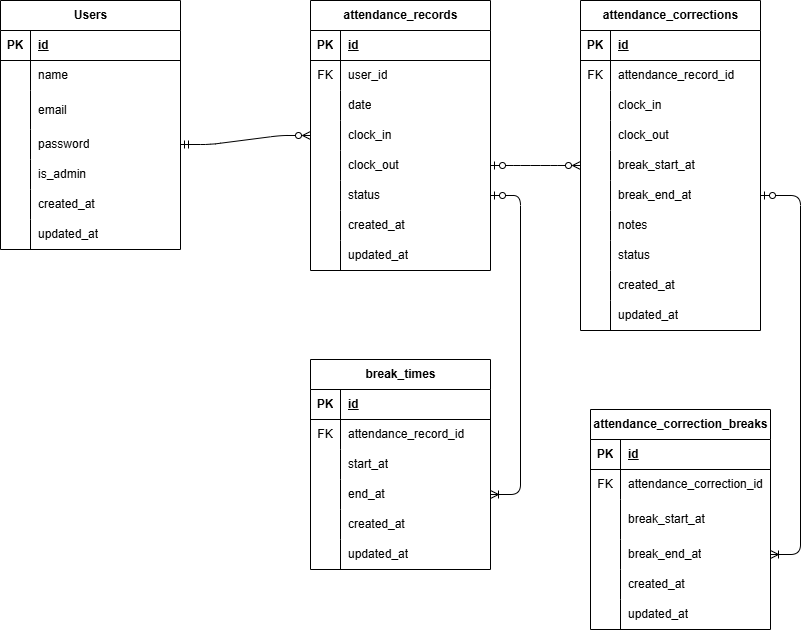
Kazuki-Yamaoka/attendance-app keeps this draw.io diagram as ER.drawio.png. Above is the earlier version. Source tidied: cells renumbered, new cells last; positions are measured from the earlier drawing's top-left corner, leaving out a move shared by most shapes.
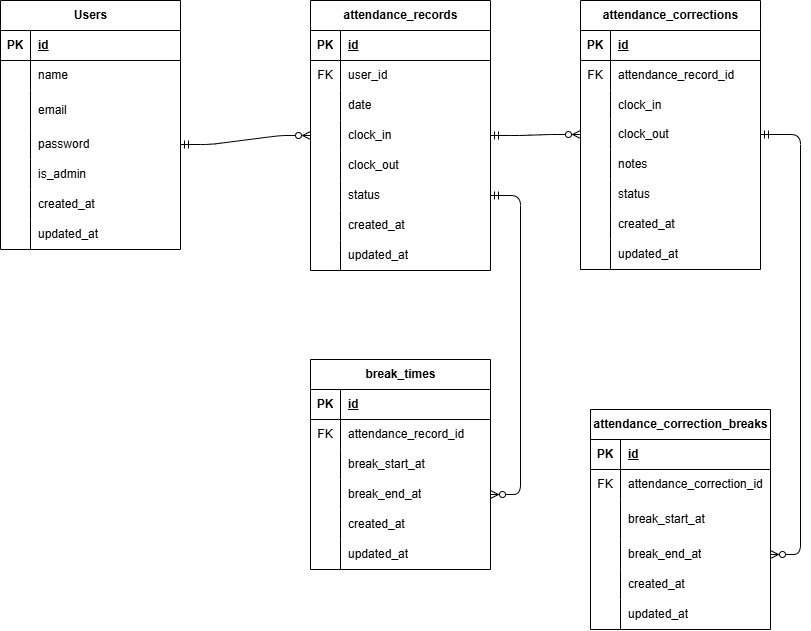
Above is the later version.

The edit, as a diff of the source:
```diff
@@ -170,7 +170,7 @@
     <mxCell id="57" style="shape=partialRectangle;fillColor=none;top=0;left=0;bottom=0;right=0;overflow=hidden;whiteSpace=wrap;html=1;" parent="56" vertex="1">
       <mxGeometry width="30" height="30" as="geometry" />
     </mxCell>
-    <mxCell id="58" value="start_at" style="shape=partialRectangle;fillColor=none;top=0;left=0;bottom=0;right=0;align=left;spacingLeft=6;overflow=hidden;whiteSpace=wrap;html=1;" parent="56" vertex="1">
+    <mxCell id="58" value="break_start_at" style="shape=partialRectangle;fillColor=none;top=0;left=0;bottom=0;right=0;align=left;spacingLeft=6;overflow=hidden;whiteSpace=wrap;html=1;" parent="56" vertex="1">
       <mxGeometry x="30" width="150" height="30" as="geometry" />
     </mxCell>
     <mxCell id="59" style="shape=tableRow;horizontal=0;startSize=0;swimlaneHead=0;swimlaneBody=0;fillColor=none;points=[[0,0.5],[1,0.5]];portConstraint=eastwest;top=0;left=0;right=0;bottom=0;" parent="49" vertex="1">
@@ -179,7 +179,7 @@
     <mxCell id="60" style="shape=partialRectangle;fillColor=none;top=0;left=0;bottom=0;right=0;overflow=hidden;whiteSpace=wrap;html=1;" parent="59" vertex="1">
       <mxGeometry width="30" height="30" as="geometry" />
     </mxCell>
-    <mxCell id="61" value="end_at" style="shape=partialRectangle;fillColor=none;top=0;left=0;bottom=0;right=0;align=left;spacingLeft=6;overflow=hidden;whiteSpace=wrap;html=1;" parent="59" vertex="1">
+    <mxCell id="61" value="break_end_at" style="shape=partialRectangle;fillColor=none;top=0;left=0;bottom=0;right=0;align=left;spacingLeft=6;overflow=hidden;whiteSpace=wrap;html=1;" parent="59" vertex="1">
       <mxGeometry x="30" width="150" height="30" as="geometry" />
     </mxCell>
     <mxCell id="62" style="shape=tableRow;horizontal=0;startSize=0;swimlaneHead=0;swimlaneBody=0;fillColor=none;top=0;left=0;right=0;bottom=0;" parent="49" vertex="1">
@@ -201,7 +201,7 @@
       <mxGeometry x="30" width="150" height="30" as="geometry" />
     </mxCell>
     <mxCell id="68" value="attendance_corrections" style="shape=table;startSize=30;rowLines=0;fontStyle=1;align=center;html=1;" parent="1" vertex="1">
-      <mxGeometry x="580" width="180" height="330" as="geometry" />
+      <mxGeometry x="580" width="180" height="269" as="geometry" />
     </mxCell>
     <mxCell id="69" style="shape=tableRow;horizontal=0;startSize=0;swimlaneHead=0;swimlaneBody=0;fillColor=none;top=0;left=0;right=0;bottom=1;" parent="68" vertex="1">
       <mxGeometry y="30" width="180" height="30" as="geometry" />
@@ -222,16 +222,16 @@
       <mxGeometry x="30" width="150" height="30" as="geometry" />
     </mxCell>
     <mxCell id="75" style="shape=tableRow;horizontal=0;startSize=0;swimlaneHead=0;swimlaneBody=0;fillColor=none;top=0;left=0;right=0;bottom=0;" parent="68" vertex="1">
-      <mxGeometry y="90" width="180" height="30" as="geometry" />
+      <mxGeometry y="90" width="180" height="29" as="geometry" />
     </mxCell>
     <mxCell id="76" style="shape=partialRectangle;fillColor=none;top=0;left=0;bottom=0;right=0;overflow=hidden;whiteSpace=wrap;html=1;" parent="75" vertex="1">
-      <mxGeometry width="30" height="30" as="geometry" />
+      <mxGeometry width="30" height="29" as="geometry" />
     </mxCell>
     <mxCell id="77" value="clock_in" style="shape=partialRectangle;fillColor=none;top=0;left=0;bottom=0;right=0;align=left;spacingLeft=6;overflow=hidden;whiteSpace=wrap;html=1;" parent="75" vertex="1">
-      <mxGeometry x="30" width="150" height="30" as="geometry" />
+      <mxGeometry x="30" width="150" height="29" as="geometry" />
     </mxCell>
     <mxCell id="78" style="shape=tableRow;horizontal=0;startSize=0;swimlaneHead=0;swimlaneBody=0;fillColor=none;points=[[0,0.5],[1,0.5]];portConstraint=eastwest;top=0;left=0;right=0;bottom=0;" parent="68" vertex="1">
-      <mxGeometry y="120" width="180" height="30" as="geometry" />
+      <mxGeometry y="119" width="180" height="30" as="geometry" />
     </mxCell>
     <mxCell id="79" style="shape=partialRectangle;fillColor=none;top=0;left=0;bottom=0;right=0;overflow=hidden;whiteSpace=wrap;html=1;" parent="78" vertex="1">
       <mxGeometry width="30" height="30" as="geometry" />
@@ -239,26 +239,8 @@
     <mxCell id="80" value="clock_out" style="shape=partialRectangle;fillColor=none;top=0;left=0;bottom=0;right=0;align=left;spacingLeft=6;overflow=hidden;whiteSpace=wrap;html=1;" parent="78" vertex="1">
       <mxGeometry x="30" width="150" height="30" as="geometry" />
     </mxCell>
-    <mxCell id="81" style="shape=tableRow;horizontal=0;startSize=0;swimlaneHead=0;swimlaneBody=0;fillColor=none;points=[[0,0.5],[1,0.5]];portConstraint=eastwest;top=0;left=0;right=0;bottom=0;" parent="68" vertex="1">
-      <mxGeometry y="150" width="180" height="30" as="geometry" />
-    </mxCell>
-    <mxCell id="82" style="shape=partialRectangle;fillColor=none;top=0;left=0;bottom=0;right=0;overflow=hidden;whiteSpace=wrap;html=1;" parent="81" vertex="1">
-      <mxGeometry width="30" height="30" as="geometry" />
-    </mxCell>
-    <mxCell id="83" value="break_start_at" style="shape=partialRectangle;fillColor=none;top=0;left=0;bottom=0;right=0;align=left;spacingLeft=6;overflow=hidden;whiteSpace=wrap;html=1;" parent="81" vertex="1">
-      <mxGeometry x="30" width="150" height="30" as="geometry" />
-    </mxCell>
-    <mxCell id="84" style="shape=tableRow;horizontal=0;startSize=0;swimlaneHead=0;swimlaneBody=0;fillColor=none;points=[[0,0.5],[1,0.5]];portConstraint=eastwest;top=0;left=0;right=0;bottom=0;" parent="68" vertex="1">
-      <mxGeometry y="180" width="180" height="30" as="geometry" />
-    </mxCell>
-    <mxCell id="85" style="shape=partialRectangle;fillColor=none;top=0;left=0;bottom=0;right=0;overflow=hidden;whiteSpace=wrap;html=1;" parent="84" vertex="1">
-      <mxGeometry width="30" height="30" as="geometry" />
-    </mxCell>
-    <mxCell id="86" value="break_end_at" style="shape=partialRectangle;fillColor=none;top=0;left=0;bottom=0;right=0;align=left;spacingLeft=6;overflow=hidden;whiteSpace=wrap;html=1;" parent="84" vertex="1">
-      <mxGeometry x="30" width="150" height="30" as="geometry" />
-    </mxCell>
     <mxCell id="87" style="shape=tableRow;horizontal=0;startSize=0;swimlaneHead=0;swimlaneBody=0;fillColor=none;top=0;left=0;right=0;bottom=0;" parent="68" vertex="1">
-      <mxGeometry y="210" width="180" height="30" as="geometry" />
+      <mxGeometry y="149" width="180" height="30" as="geometry" />
     </mxCell>
     <mxCell id="88" style="shape=partialRectangle;fillColor=none;top=0;left=0;bottom=0;right=0;overflow=hidden;whiteSpace=wrap;html=1;" parent="87" vertex="1">
       <mxGeometry width="30" height="30" as="geometry" />
@@ -267,7 +249,7 @@
       <mxGeometry x="30" width="150" height="30" as="geometry" />
     </mxCell>
     <mxCell id="90" style="shape=tableRow;horizontal=0;startSize=0;swimlaneHead=0;swimlaneBody=0;fillColor=none;top=0;left=0;right=0;bottom=0;" parent="68" vertex="1">
-      <mxGeometry y="240" width="180" height="30" as="geometry" />
+      <mxGeometry y="179" width="180" height="30" as="geometry" />
     </mxCell>
     <mxCell id="91" style="shape=partialRectangle;fillColor=none;top=0;left=0;bottom=0;right=0;overflow=hidden;whiteSpace=wrap;html=1;" parent="90" vertex="1">
       <mxGeometry width="30" height="30" as="geometry" />
@@ -276,7 +258,7 @@
       <mxGeometry x="30" width="150" height="30" as="geometry" />
     </mxCell>
     <mxCell id="93" style="shape=tableRow;horizontal=0;startSize=0;swimlaneHead=0;swimlaneBody=0;fillColor=none;top=0;left=0;right=0;bottom=0;" parent="68" vertex="1">
-      <mxGeometry y="270" width="180" height="30" as="geometry" />
+      <mxGeometry y="209" width="180" height="30" as="geometry" />
     </mxCell>
     <mxCell id="94" style="shape=partialRectangle;fillColor=none;top=0;left=0;bottom=0;right=0;overflow=hidden;whiteSpace=wrap;html=1;" parent="93" vertex="1">
       <mxGeometry width="30" height="30" as="geometry" />
@@ -285,7 +267,7 @@
       <mxGeometry x="30" width="150" height="30" as="geometry" />
     </mxCell>
     <mxCell id="96" style="shape=tableRow;horizontal=0;startSize=0;swimlaneHead=0;swimlaneBody=0;fillColor=none;top=0;left=0;right=0;bottom=0;" parent="68" vertex="1">
-      <mxGeometry y="300" width="180" height="30" as="geometry" />
+      <mxGeometry y="239" width="180" height="30" as="geometry" />
     </mxCell>
     <mxCell id="97" style="shape=partialRectangle;fillColor=none;top=0;left=0;bottom=0;right=0;overflow=hidden;whiteSpace=wrap;html=1;" parent="96" vertex="1">
       <mxGeometry width="30" height="30" as="geometry" />
@@ -296,10 +278,10 @@
     <mxCell id="99" style="edgeStyle=entityRelationEdgeStyle;fontSize=12;html=1;endArrow=ERzeroToMany;startArrow=ERmandOne;startFill=0;endFill=0;" parent="1" edge="1" source="12" target="34">
       <mxGeometry relative="1" as="geometry" />
     </mxCell>
-    <mxCell id="100" style="edgeStyle=entityRelationEdgeStyle;fontSize=12;html=1;endArrow=ERoneToMany;startArrow=ERzeroToOne;startFill=0;endFill=0;" parent="1" edge="1" source="40" target="59">
+    <mxCell id="100" style="edgeStyle=entityRelationEdgeStyle;fontSize=12;html=1;endArrow=ERzeroToMany;startArrow=ERmandOne;startFill=0;endFill=0;" parent="1" edge="1" source="40" target="59">
       <mxGeometry relative="1" as="geometry" />
     </mxCell>
-    <mxCell id="101" style="edgeStyle=entityRelationEdgeStyle;fontSize=12;html=1;endArrow=ERzeroToMany;endFill=0;startArrow=ERzeroToOne;startFill=0;" parent="1" edge="1" source="37" target="81">
+    <mxCell id="101" style="edgeStyle=entityRelationEdgeStyle;fontSize=12;html=1;endArrow=ERzeroToMany;endFill=0;startArrow=ERzeroToOne;startFill=0;" parent="1" edge="1" source="37" target="x">
       <mxGeometry relative="1" as="geometry" />
     </mxCell>
     <mxCell id="102" value="attendance_correction_breaks" style="shape=table;startSize=30;rowLines=0;fontStyle=1;align=center;html=1;" parent="1" vertex="1">
@@ -359,8 +341,11 @@
     <mxCell id="120" value="updated_at" style="shape=partialRectangle;fillColor=none;top=0;left=0;bottom=0;right=0;align=left;spacingLeft=6;overflow=hidden;whiteSpace=wrap;html=1;" parent="118" vertex="1">
       <mxGeometry x="30" width="150" height="30" as="geometry" />
     </mxCell>
-    <mxCell id="121" style="edgeStyle=entityRelationEdgeStyle;fontSize=12;html=1;endArrow=ERoneToMany;startArrow=ERzeroToOne;" parent="1" edge="1" source="84" target="112">
-      <mxGeometry relative="1" as="geometry" />
+    <mxCell id="121" style="edgeStyle=entityRelationEdgeStyle;fontSize=12;html=1;endArrow=ERzeroToMany;startArrow=ERmandOne;startFill=0;endFill=0;" parent="1" edge="1" source="78" target="112">
+      <mxGeometry x="0.07" relative="1" as="geometry" />
     </mxCell>
+    <mxCell id="122" style="edgeStyle=entityRelationEdgeStyle;fontSize=12;html=1;endArrow=ERzeroToMany;startArrow=ERmandOne;endFill=0;startFill=0;" parent="1" edge="1" source="34" target="78">
+      <mxGeometry relative="1" as="geometry" />
+    </mxCell>
   </root>
 </mxGraphModel>
```
